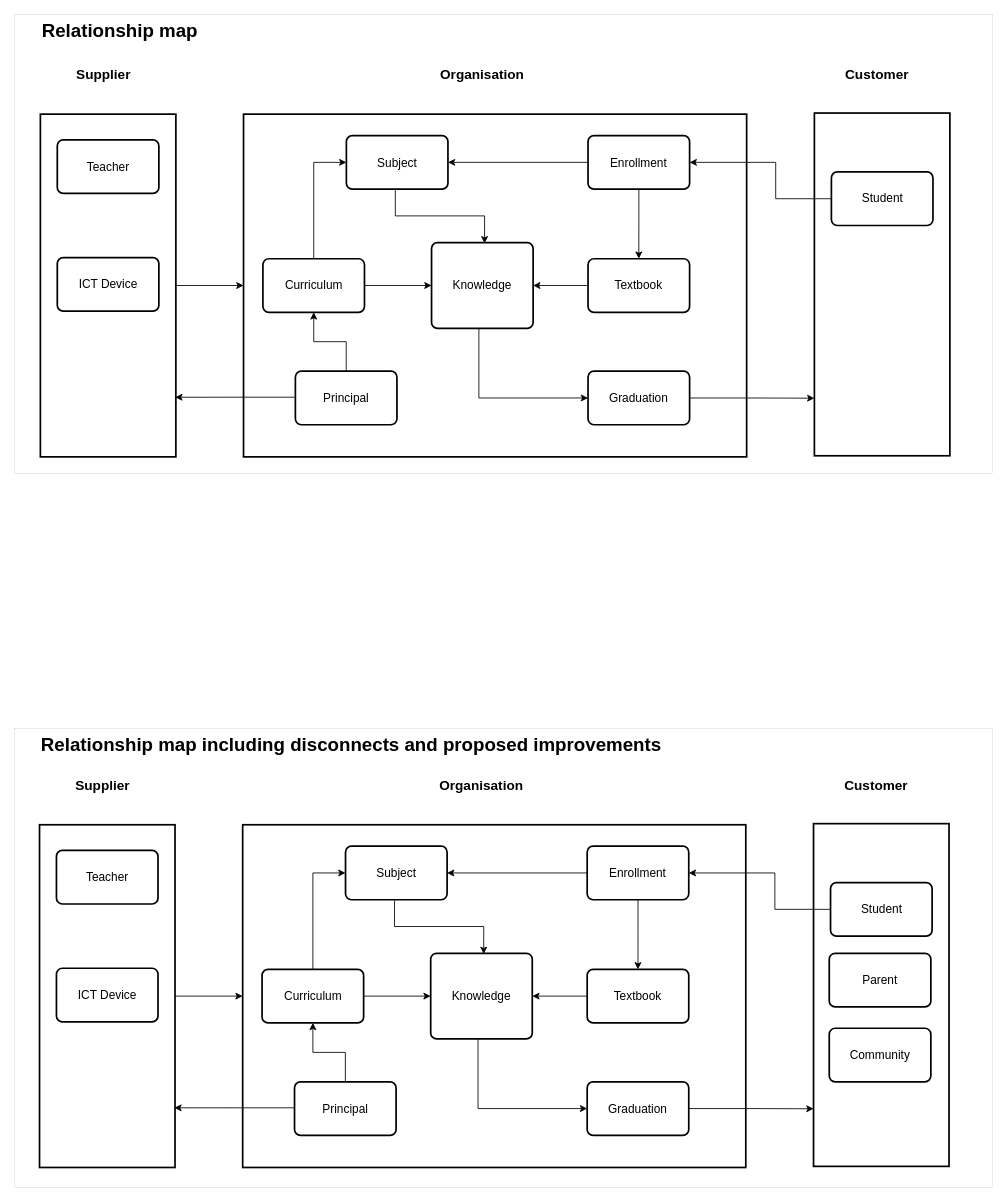
Before: page "Relationship_Map" (1 of 4) of All_Maps_A1.drawio in SRMITGit/diagrams, a draw.io diagram. Source tidied: cells renumbered, new cells numbered last; positions are measured from the earlier drawing's top-left corner, leaving out a move shared by most shapes. Both pictures are drawn from the tidied source at 85%, with x=0, y=0 at pixel (14, 14).
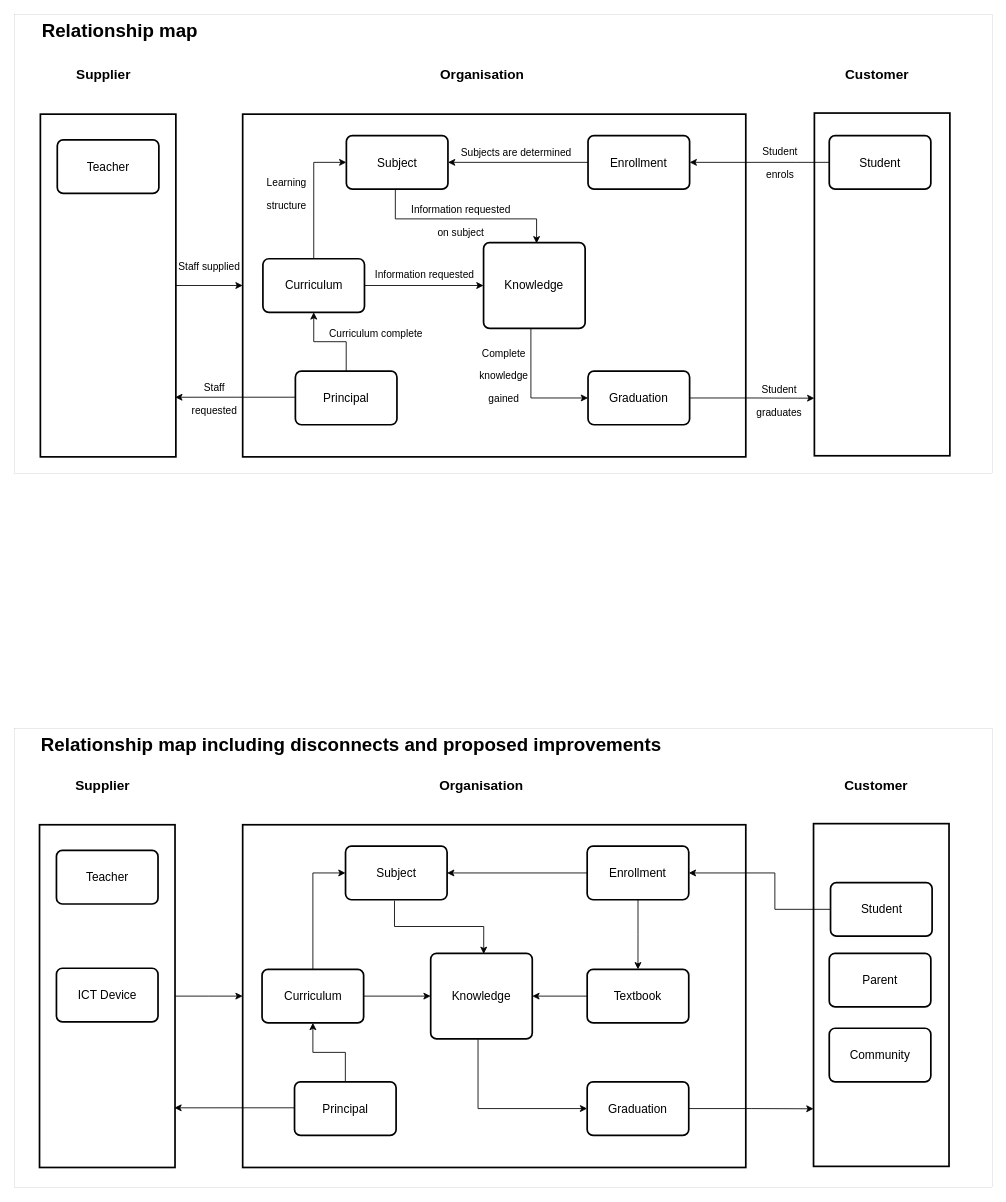
Above is the later version.

The change refers to these unchanged cells:
```xml
<mxCell id="11" value="&lt;font style=&quot;font-size: 14px&quot;&gt;Subject&lt;/font&gt;" style="rounded=1;whiteSpace=wrap;html=1;absoluteArcSize=1;arcSize=14;strokeWidth=2;" parent="1" vertex="1">
  <mxGeometry x="390" y="142" width="119.5" height="63" as="geometry" />
</mxCell>
<mxCell id="14" value="&lt;font style=&quot;font-size: 14px&quot;&gt;Enrollment&lt;/font&gt;" style="rounded=1;whiteSpace=wrap;html=1;absoluteArcSize=1;arcSize=14;strokeWidth=2;" parent="1" vertex="1">
  <mxGeometry x="674.3" y="142" width="119.5" height="63" as="geometry" />
</mxCell>
```

Diff of the diagram source:
```diff
@@
-    <mxCell id="8" value="&lt;font style=&quot;font-size: 14px&quot;&gt;ICT Device&lt;/font&gt;" style="rounded=1;whiteSpace=wrap;html=1;absoluteArcSize=1;arcSize=14;strokeWidth=2;" parent="1" vertex="1">
-      <mxGeometry x="49.9" y="285.6" width="119.5" height="63" as="geometry" />
-    </mxCell>
     <mxCell id="9" style="rounded=0;whiteSpace=wrap;html=1;glass=0;strokeWidth=2;" parent="1" vertex="1">
-      <mxGeometry x="269" y="116.8" width="591.9" height="403.2" as="geometry" />
+      <mxGeometry x="268" y="116.8" width="591.9" height="403.2" as="geometry" />
     </mxCell>
@@
     <mxCell id="18" value="&lt;font style=&quot;font-size: 14px&quot;&gt;Knowledge&lt;/font&gt;" style="rounded=1;whiteSpace=wrap;html=1;absoluteArcSize=1;arcSize=14;strokeWidth=2;strokeColor=#000000;" parent="1" vertex="1">
-      <mxGeometry x="490.2" y="268" width="119.5" height="100.8" as="geometry" />
+      <mxGeometry x="551.4" y="268" width="119.5" height="100.8" as="geometry" />
     </mxCell>
     <mxCell id="19" style="edgeStyle=orthogonalEdgeStyle;rounded=0;jettySize=auto;html=1;fontSize=14;exitX=0.482;exitY=1.017;exitDx=0;exitDy=0;exitPerimeter=0;entryX=0.522;entryY=0.008;entryDx=0;entryDy=0;entryPerimeter=0;" parent="1" edge="1" source="11" target="18">
-      <mxGeometry relative="1" as="geometry" />
+      <mxGeometry relative="1" as="geometry">
+        <Array as="points">
+          <mxPoint x="448" y="240" />
+          <mxPoint x="614" y="240" />
+        </Array>
+      </mxGeometry>
     </mxCell>
-    <mxCell id="20" style="edgeStyle=orthogonalEdgeStyle;rounded=0;jettySize=auto;html=1;fontFamily=Helvetica;fontSize=14;" parent="1" edge="1" source="21" target="18">
-      <mxGeometry relative="1" as="geometry" />
-    </mxCell>
-    <mxCell id="21" value="&lt;span style=&quot;font-size: 14px&quot;&gt;Textbook&lt;/span&gt;" style="rounded=1;whiteSpace=wrap;html=1;absoluteArcSize=1;arcSize=14;strokeWidth=2;" parent="1" vertex="1">
-      <mxGeometry x="674.3" y="286.9" width="119.5" height="63" as="geometry" />
-    </mxCell>
-    <mxCell id="22" style="edgeStyle=orthogonalEdgeStyle;rounded=0;jettySize=auto;html=1;entryX=0.5;entryY=0;entryDx=0;entryDy=0;fontSize=14;" parent="1" edge="1" source="14" target="21">
-      <mxGeometry relative="1" as="geometry" />
-    </mxCell>
-    <mxCell id="23" style="edgeStyle=orthogonalEdgeStyle;rounded=0;jettySize=auto;html=1;entryX=1;entryY=0.5;entryDx=0;entryDy=0;fontSize=14;" parent="1" edge="1" source="24" target="14">
+    <mxCell id="23" style="edgeStyle=orthogonalEdgeStyle;rounded=0;jettySize=auto;html=1;entryX=1;entryY=0.5;entryDx=0;entryDy=0;fontSize=14;exitX=0;exitY=0.5;exitDx=0;exitDy=0;" parent="1" edge="1" source="24" target="14">
       <mxGeometry relative="1" as="geometry">
         <Array as="points">
-          <mxPoint x="895.1" y="216.3" />
-          <mxPoint x="895.1" y="173.5" />
+          <mxPoint x="920" y="173" />
+          <mxPoint x="920" y="173" />
         </Array>
       </mxGeometry>
     </mxCell>
     <mxCell id="24" value="&lt;font style=&quot;font-size: 14px&quot;&gt;Student&lt;/font&gt;" style="rounded=1;whiteSpace=wrap;html=1;absoluteArcSize=1;arcSize=14;strokeWidth=2;" parent="1" vertex="1">
-      <mxGeometry x="960.6" y="184.8" width="119.5" height="63" as="geometry" />
+      <mxGeometry x="958.1" y="142" width="119.5" height="63" as="geometry" />
     </mxCell>
@@
+    <mxCell id="64" value="&lt;font style=&quot;font-size: 12px&quot;&gt;Student enrols&lt;/font&gt;" style="text;html=1;strokeColor=none;fillColor=none;align=center;verticalAlign=middle;whiteSpace=wrap;rounded=0;dashed=1;fontFamily=Helvetica;fontSize=22;" parent="1" vertex="1">
+      <mxGeometry x="861" y="142" width="79" height="58" as="geometry" />
+    </mxCell>
+    <mxCell id="65" value="&lt;font style=&quot;font-size: 12px&quot;&gt;Subjects are determined&lt;/font&gt;" style="text;html=1;strokeColor=none;fillColor=none;align=center;verticalAlign=middle;whiteSpace=wrap;rounded=0;dashed=1;fontFamily=Helvetica;fontSize=22;" parent="1" vertex="1">
+      <mxGeometry x="510" y="147" width="160" height="23" as="geometry" />
+    </mxCell>
+    <mxCell id="66" value="&lt;font style=&quot;font-size: 12px&quot;&gt;Student graduates&lt;/font&gt;" style="text;html=1;strokeColor=none;fillColor=none;align=center;verticalAlign=middle;whiteSpace=wrap;rounded=0;dashed=1;fontFamily=Helvetica;fontSize=22;" parent="1" vertex="1">
+      <mxGeometry x="860" y="425.3" width="79" height="50.8" as="geometry" />
+    </mxCell>
+    <mxCell id="67" value="&lt;font style=&quot;font-size: 12px&quot;&gt;Complete knowledge gained&lt;/font&gt;" style="text;html=1;strokeColor=none;fillColor=none;align=center;verticalAlign=middle;whiteSpace=wrap;rounded=0;dashed=1;fontFamily=Helvetica;fontSize=22;" parent="1" vertex="1">
+      <mxGeometry x="539.5" y="383" width="71" height="77" as="geometry" />
+    </mxCell>
+    <mxCell id="68" value="&lt;font style=&quot;font-size: 12px&quot;&gt;Information requested on subject&lt;/font&gt;" style="text;html=1;strokeColor=none;fillColor=none;align=center;verticalAlign=middle;whiteSpace=wrap;rounded=0;dashed=1;fontFamily=Helvetica;fontSize=22;" parent="1" vertex="1">
+      <mxGeometry x="460" y="210" width="130" height="60" as="geometry" />
+    </mxCell>
+    <mxCell id="69" value="&lt;font style=&quot;font-size: 12px&quot;&gt;Learning structure&lt;/font&gt;" style="text;html=1;strokeColor=none;fillColor=none;align=center;verticalAlign=middle;whiteSpace=wrap;rounded=0;dashed=1;fontFamily=Helvetica;fontSize=22;" parent="1" vertex="1">
+      <mxGeometry x="290" y="173" width="60" height="70" as="geometry" />
+    </mxCell>
+    <mxCell id="70" value="&lt;font style=&quot;font-size: 12px&quot;&gt;Curriculum complete&lt;/font&gt;" style="text;html=1;strokeColor=none;fillColor=none;align=center;verticalAlign=middle;whiteSpace=wrap;rounded=0;dashed=1;fontFamily=Helvetica;fontSize=22;" parent="1" vertex="1">
+      <mxGeometry x="350" y="360" width="150" height="23" as="geometry" />
+    </mxCell>
+    <mxCell id="71" value="&lt;font style=&quot;font-size: 12px&quot;&gt;Information requested&amp;nbsp;&lt;/font&gt;" style="text;html=1;strokeColor=none;fillColor=none;align=center;verticalAlign=middle;whiteSpace=wrap;rounded=0;dashed=1;fontFamily=Helvetica;fontSize=22;" parent="1" vertex="1">
+      <mxGeometry x="419" y="285.6" width="130" height="34.4" as="geometry" />
+    </mxCell>
+    <mxCell id="72" value="&lt;font style=&quot;font-size: 12px&quot;&gt;Staff requested&lt;/font&gt;" style="text;html=1;strokeColor=none;fillColor=none;align=center;verticalAlign=middle;whiteSpace=wrap;rounded=0;dashed=1;fontFamily=Helvetica;fontSize=22;" parent="1" vertex="1">
+      <mxGeometry x="200" y="427" width="70" height="43" as="geometry" />
+    </mxCell>
+    <mxCell id="73" value="&lt;font style=&quot;font-size: 12px&quot;&gt;Staff supplied&lt;/font&gt;" style="text;html=1;strokeColor=none;fillColor=none;align=center;verticalAlign=middle;whiteSpace=wrap;rounded=0;dashed=1;fontFamily=Helvetica;fontSize=22;" parent="1" vertex="1">
+      <mxGeometry x="188.4" y="268" width="81.6" height="52" as="geometry" />
+    </mxCell>
```
